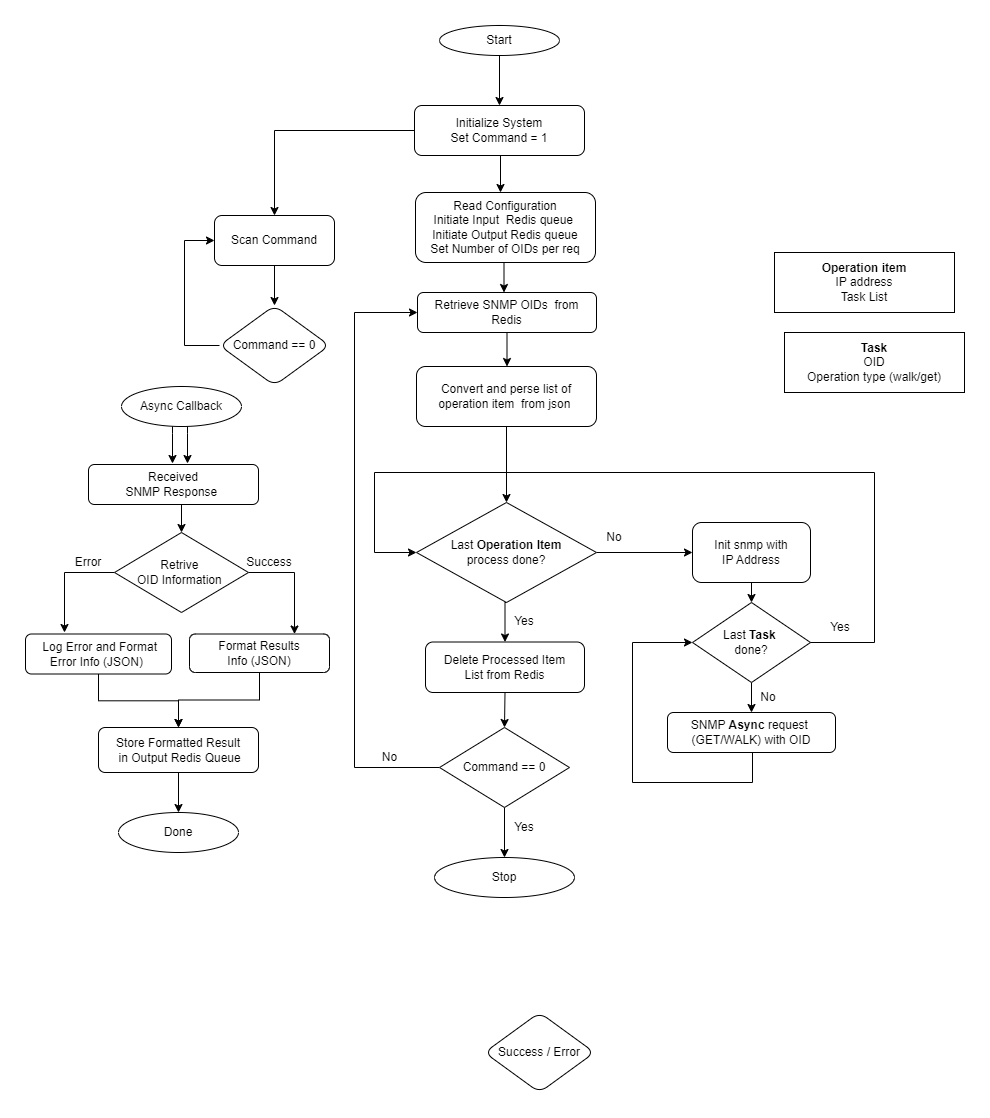
Before: Device_Monitor_Details.png, a diagram exported from draw.io (shamimiqram/SnmpWithRedis). Source tidied: cells renumbered, new cells last; positions are measured from the earlier drawing's top-left corner, leaving out a move shared by most shapes.
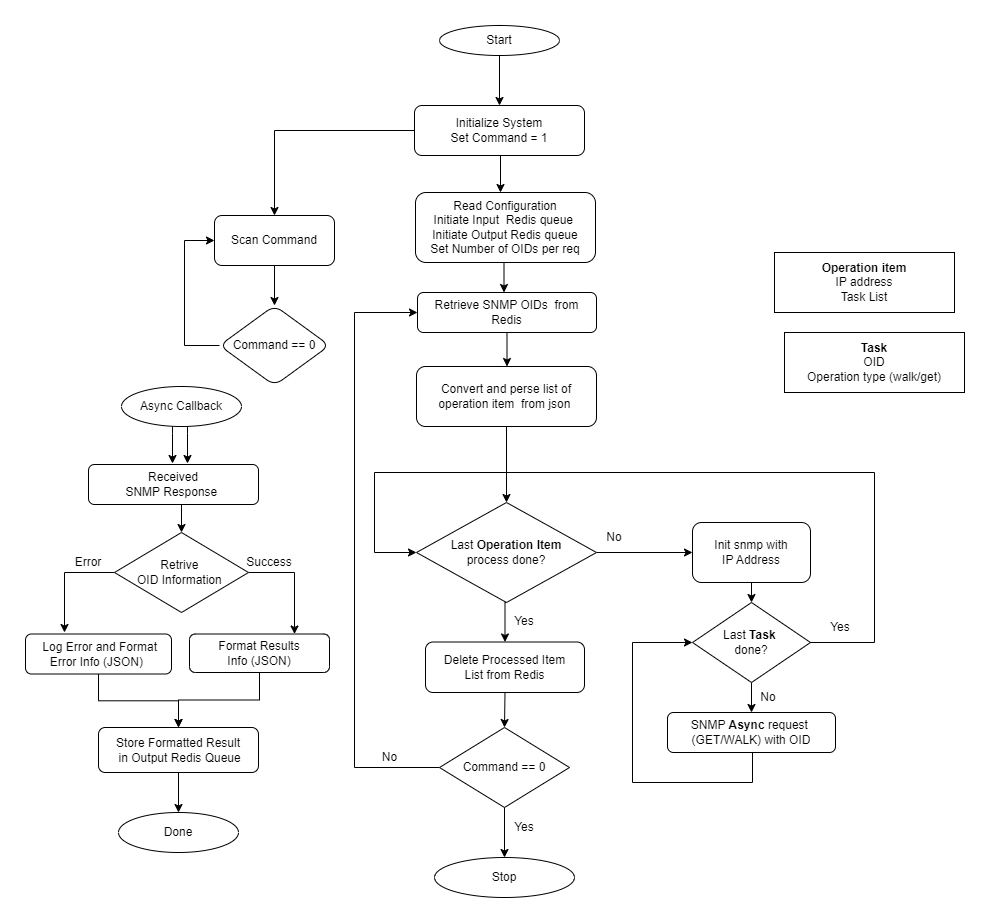
The same file after the commit.

What changed in the source:
```diff
@@ -48,9 +48,6 @@
     <mxCell id="12" value="Start" style="ellipse;whiteSpace=wrap;html=1;" parent="1" vertex="1">
       <mxGeometry x="414" width="120" height="30" as="geometry" />
     </mxCell>
-    <mxCell id="13" value="Success / Error" style="rhombus;whiteSpace=wrap;html=1;rounded=1;" parent="1" vertex="1">
-      <mxGeometry x="459" y="987" width="110" height="80" as="geometry" />
-    </mxCell>
     <mxCell id="14" style="edgeStyle=orthogonalEdgeStyle;rounded=0;jettySize=auto;html=1;" parent="1" edge="1" source="15" target="55">
       <mxGeometry relative="1" as="geometry" />
     </mxCell>
```
